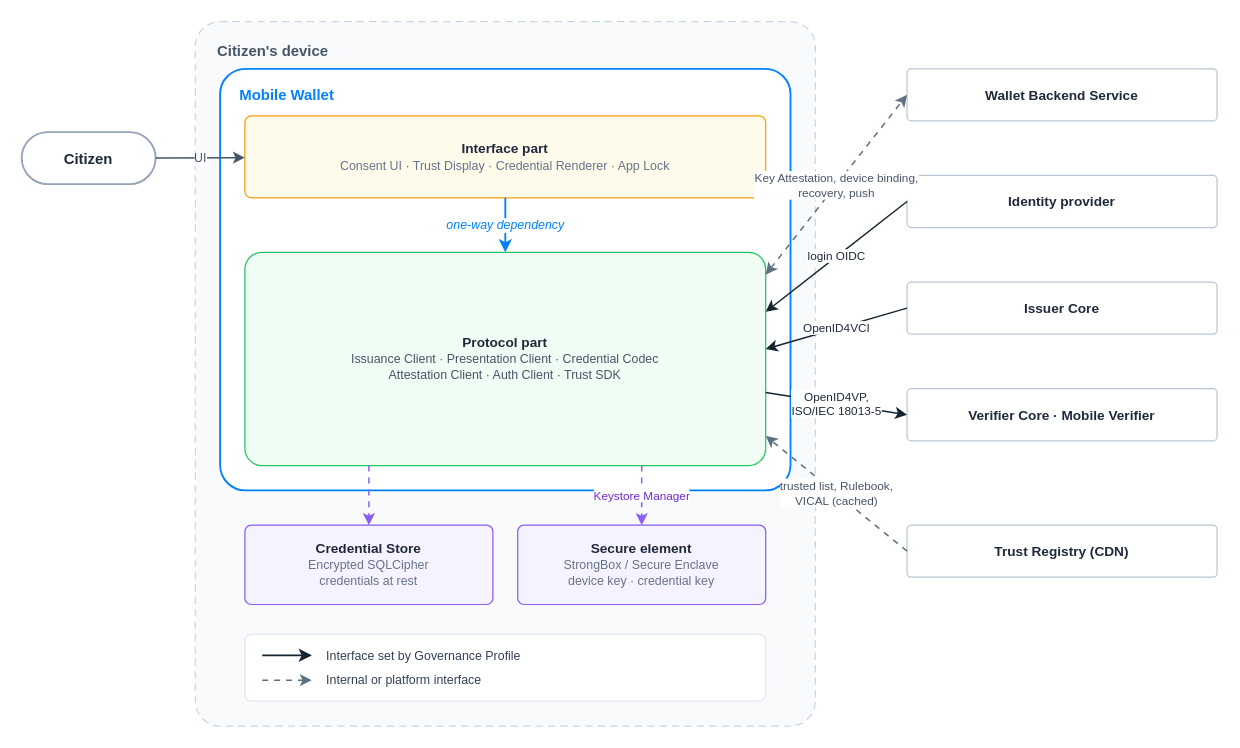
Above: images/architecture-framework/high-level-architecture/architecture-on-the-device.drawio in id-verifiable-credential-dev/id-doc-idctf (draw.io), before the change. Source tidied: cells renumbered, new cells numbered last; positions are measured from the earlier drawing's top-left corner, leaving out a move shared by most shapes. Both pictures are drawn from the tidied source at 124%, with x=0, y=0 at pixel (21, 21).
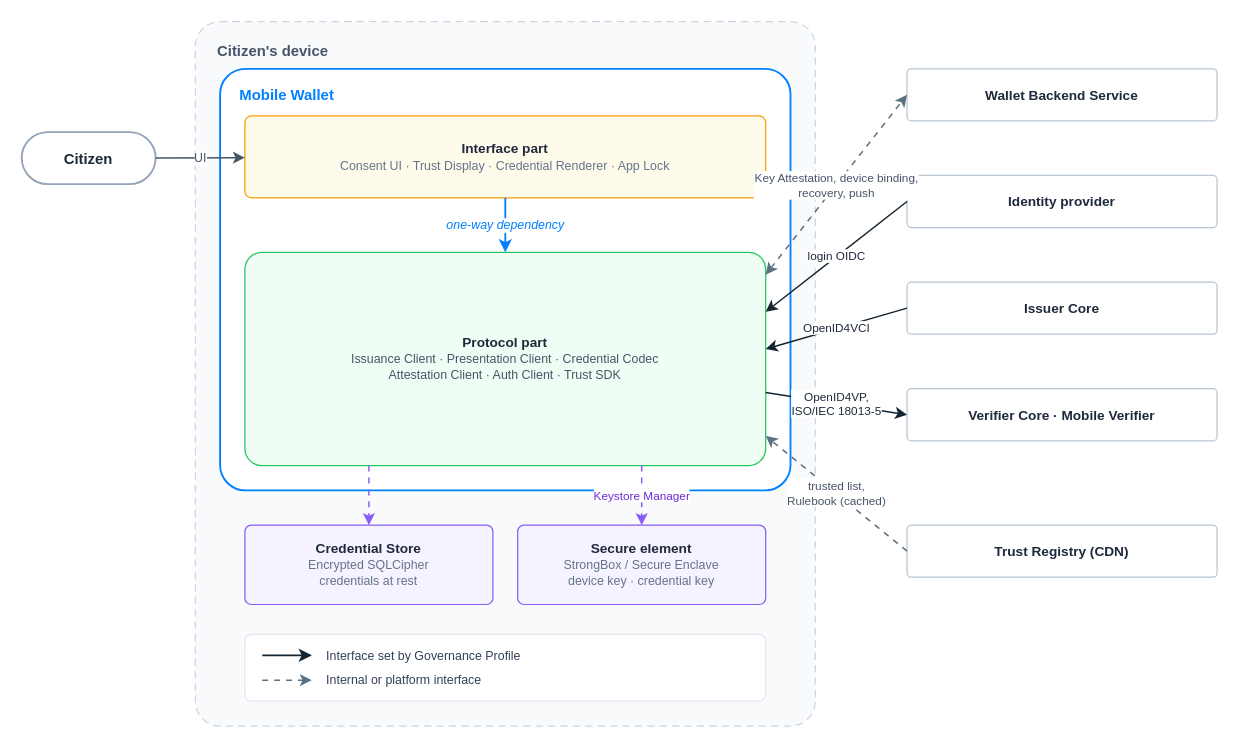
The same diagram, later.

What changed in the source:
```diff
@@
-    <mxCell id="22" value="trusted list, Rulebook,&lt;br&gt;VICAL (cached)" style="endArrow=classic;dashed=1;dashPattern=4 4;html=1;strokeColor=#5c7180;strokeWidth=1.2;fontSize=9.5;fontColor=#475569;labelBackgroundColor=#ffffff;" parent="1" edge="1">
+    <mxCell id="22" value="trusted list,&lt;br&gt;Rulebook (cached)" style="endArrow=classic;dashed=1;dashPattern=4 4;html=1;strokeColor=#5c7180;strokeWidth=1.2;fontSize=9.5;fontColor=#475569;labelBackgroundColor=#ffffff;" parent="1" edge="1">
       <mxGeometry relative="1" as="geometry">
         <mxPoint x="714" y="427" as="sourcePoint" />
         <mxPoint x="600" y="334" as="targetPoint" />
       </mxGeometry>
     </mxCell>
```
